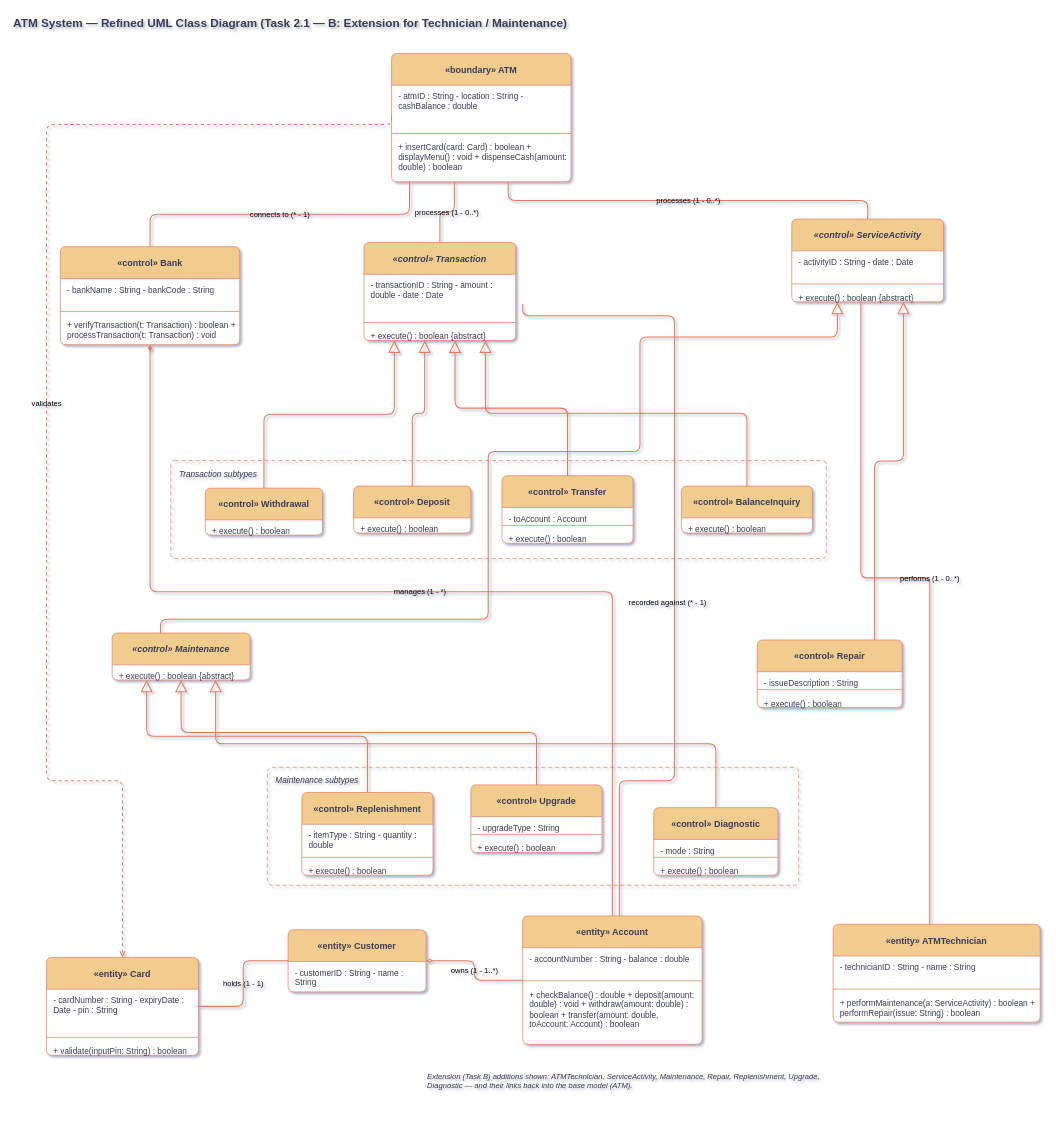
Earlier version of the draw.io diagram Refined UML Class Diagram -Task 2.1 — B.drawio (Moparapairayat/SE_ATM_UML_Diagram). Source tidied: cells renumbered, new cells numbered last; positions are measured from the earlier drawing's top-left corner, leaving out a move shared by most shapes. Both pictures are drawn from the tidied source at 69%, with x=0, y=0 at pixel (12, 12).
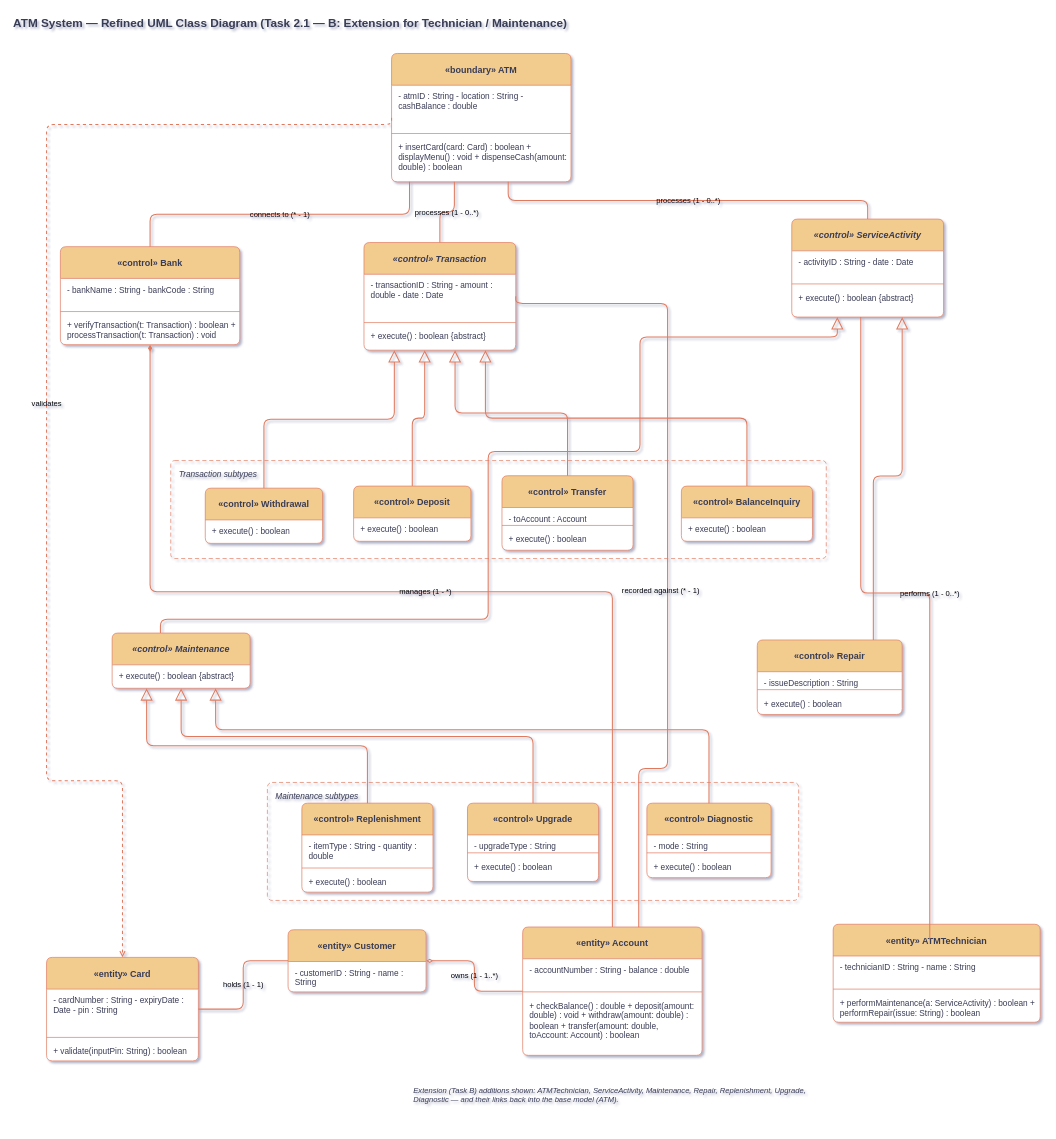
After the change.

What changed in the source:
```diff
@@
     <mxCell id="4" value="Maintenance subtypes" style="rounded=1;arcSize=4;dashed=1;dashPattern=6 4;fillColor=none;strokeColor=#E07A5F;verticalAlign=top;align=left;spacingLeft=10;spacingTop=6;fontStyle=2;fontSize=12;fontFamily=Helvetica;fontColor=#393C56;labelBackgroundColor=none;" parent="1" vertex="1">
-      <mxGeometry x="370" y="1094.5" width="770" height="171" as="geometry" />
+      <mxGeometry x="370" y="1116.5" width="770" height="171" as="geometry" />
     </mxCell>
@@
     <mxCell id="13" value="«control» Transaction" style="swimlane;fontStyle=1;align=center;verticalAlign=middle;horizontal=1;startSize=46;fontSize=13;fontFamily=Helvetica;rounded=1;arcSize=6;shadow=0;fillColor=#F2CC8F;strokeColor=#E07A5F;swimlaneFillColor=#FFFFFF;fontColor=#393C56;fontStyle=3;labelBackgroundColor=none;" parent="1" vertex="1">
-      <mxGeometry x="510" y="334" width="220" height="142" as="geometry" />
+      <mxGeometry x="510" y="334" width="220" height="156" as="geometry" />
     </mxCell>
@@
     <mxCell id="17" value="«control» Withdrawal" style="swimlane;fontStyle=1;align=center;verticalAlign=middle;horizontal=1;startSize=46;fontSize=13;fontFamily=Helvetica;rounded=1;arcSize=6;shadow=0;fillColor=#F2CC8F;strokeColor=#E07A5F;swimlaneFillColor=#FFFFFF;fontColor=#393C56;labelBackgroundColor=none;" parent="1" vertex="1">
-      <mxGeometry x="280" y="690" width="170" height="68" as="geometry" />
+      <mxGeometry x="280" y="690" width="170" height="80" as="geometry" />
     </mxCell>
@@
     <mxCell id="19" value="«control» Deposit" style="swimlane;fontStyle=1;align=center;verticalAlign=middle;horizontal=1;startSize=46;fontSize=13;fontFamily=Helvetica;rounded=1;arcSize=6;shadow=0;fillColor=#F2CC8F;strokeColor=#E07A5F;swimlaneFillColor=#FFFFFF;fontColor=#393C56;labelBackgroundColor=none;" parent="1" vertex="1">
-      <mxGeometry x="495" y="687" width="170" height="68" as="geometry" />
+      <mxGeometry x="495" y="687" width="170" height="80" as="geometry" />
     </mxCell>
@@
     <mxCell id="21" value="«control» Transfer" style="swimlane;fontStyle=1;align=center;verticalAlign=middle;horizontal=1;startSize=46;fontSize=13;fontFamily=Helvetica;rounded=1;arcSize=6;shadow=0;fillColor=#F2CC8F;strokeColor=#E07A5F;swimlaneFillColor=#FFFFFF;fontColor=#393C56;labelBackgroundColor=none;" parent="1" vertex="1">
-      <mxGeometry x="710" y="672" width="190" height="98" as="geometry" />
+      <mxGeometry x="710" y="672" width="190" height="108" as="geometry" />
     </mxCell>
@@
     <mxCell id="25" value="«control» BalanceInquiry" style="swimlane;fontStyle=1;align=center;verticalAlign=middle;horizontal=1;startSize=46;fontSize=13;fontFamily=Helvetica;rounded=1;arcSize=6;shadow=0;fillColor=#F2CC8F;strokeColor=#E07A5F;swimlaneFillColor=#FFFFFF;fontColor=#393C56;labelBackgroundColor=none;" parent="1" vertex="1">
-      <mxGeometry x="970" y="687" width="190" height="68" as="geometry" />
+      <mxGeometry x="970" y="687" width="190" height="80" as="geometry" />
     </mxCell>
@@
     <mxCell id="27" value="«control» ServiceActivity" style="swimlane;fontStyle=1;align=center;verticalAlign=middle;horizontal=1;startSize=46;fontSize=13;fontFamily=Helvetica;rounded=1;arcSize=6;shadow=0;fillColor=#F2CC8F;strokeColor=#E07A5F;swimlaneFillColor=#FFFFFF;fontColor=#393C56;fontStyle=3;labelBackgroundColor=none;" parent="1" vertex="1">
-      <mxGeometry x="1130" y="300" width="220" height="120" as="geometry" />
+      <mxGeometry x="1130" y="300" width="220" height="142" as="geometry" />
     </mxCell>
@@
     <mxCell id="31" value="«control» Maintenance" style="swimlane;fontStyle=1;align=center;verticalAlign=middle;horizontal=1;startSize=46;fontSize=13;fontFamily=Helvetica;rounded=1;arcSize=6;shadow=0;fillColor=#F2CC8F;strokeColor=#E07A5F;swimlaneFillColor=#FFFFFF;fontColor=#393C56;fontStyle=3;labelBackgroundColor=none;" parent="1" vertex="1">
-      <mxGeometry x="145" y="900" width="200" height="68" as="geometry" />
+      <mxGeometry x="145" y="900" width="200" height="80" as="geometry" />
     </mxCell>
@@
     <mxCell id="33" value="«control» Repair" style="swimlane;fontStyle=1;align=center;verticalAlign=middle;horizontal=1;startSize=46;fontSize=13;fontFamily=Helvetica;rounded=1;arcSize=6;shadow=0;fillColor=#F2CC8F;strokeColor=#E07A5F;swimlaneFillColor=#FFFFFF;fontColor=#393C56;labelBackgroundColor=none;" parent="1" vertex="1">
-      <mxGeometry x="1080" y="910" width="210" height="98" as="geometry" />
+      <mxGeometry x="1080" y="910" width="210" height="108" as="geometry" />
     </mxCell>
@@
     <mxCell id="37" value="«control» Replenishment" style="swimlane;fontStyle=1;align=center;verticalAlign=middle;horizontal=1;startSize=46;fontSize=13;fontFamily=Helvetica;rounded=1;arcSize=6;shadow=0;fillColor=#F2CC8F;strokeColor=#E07A5F;swimlaneFillColor=#FFFFFF;fontColor=#393C56;labelBackgroundColor=none;" parent="1" vertex="1">
-      <mxGeometry x="420" y="1131" width="190" height="120" as="geometry" />
+      <mxGeometry x="420" y="1146.5" width="190" height="129" as="geometry" />
     </mxCell>
@@
     <mxCell id="41" value="«control» Upgrade" style="swimlane;fontStyle=1;align=center;verticalAlign=middle;horizontal=1;startSize=46;fontSize=13;fontFamily=Helvetica;rounded=1;arcSize=6;shadow=0;fillColor=#F2CC8F;strokeColor=#E07A5F;swimlaneFillColor=#FFFFFF;fontColor=#393C56;labelBackgroundColor=none;" parent="1" vertex="1">
-      <mxGeometry x="665" y="1120" width="190" height="98" as="geometry" />
+      <mxGeometry x="660" y="1146.5" width="190" height="113.5" as="geometry" />
     </mxCell>
@@
     <mxCell id="44" value="+ execute() : boolean" style="text;align=left;verticalAlign=top;spacingLeft=8;spacingRight=4;spacingTop=3;overflow=hidden;whiteSpace=wrap;html=1;fontSize=12;fontFamily=Helvetica;fontColor=#393C56;labelBackgroundColor=none;rounded=1;" parent="41" vertex="1">
-      <mxGeometry y="76" width="190" height="22" as="geometry" />
+      <mxGeometry y="76" width="190" height="37.5" as="geometry" />
     </mxCell>
     <mxCell id="45" value="«control» Diagnostic" style="swimlane;fontStyle=1;align=center;verticalAlign=middle;horizontal=1;startSize=46;fontSize=13;fontFamily=Helvetica;rounded=1;arcSize=6;shadow=0;fillColor=#F2CC8F;strokeColor=#E07A5F;swimlaneFillColor=#FFFFFF;fontColor=#393C56;labelBackgroundColor=none;" parent="1" vertex="1">
-      <mxGeometry x="930" y="1153" width="180" height="98" as="geometry" />
+      <mxGeometry x="920" y="1146.5" width="180" height="108" as="geometry" />
     </mxCell>
@@
     <mxCell id="51" value="«entity» Card" style="swimlane;fontStyle=1;align=center;verticalAlign=middle;horizontal=1;startSize=46;fontSize=13;fontFamily=Helvetica;rounded=1;arcSize=6;shadow=0;fillColor=#F2CC8F;strokeColor=#E07A5F;swimlaneFillColor=#FFFFFF;fontColor=#393C56;labelBackgroundColor=none;" parent="1" vertex="1">
-      <mxGeometry x="50" y="1370" width="220" height="142" as="geometry" />
+      <mxGeometry x="50" y="1370" width="220" height="150" as="geometry" />
     </mxCell>
@@
     <mxCell id="55" value="«entity» Account" style="swimlane;fontStyle=1;align=center;verticalAlign=middle;horizontal=1;startSize=46;fontSize=13;fontFamily=Helvetica;rounded=1;arcSize=6;shadow=0;fillColor=#F2CC8F;strokeColor=#E07A5F;swimlaneFillColor=#FFFFFF;fontColor=#393C56;labelBackgroundColor=none;" parent="1" vertex="1">
-      <mxGeometry x="740" y="1310" width="260" height="186" as="geometry" />
+      <mxGeometry x="740" y="1326" width="260" height="186" as="geometry" />
     </mxCell>
@@
-    <mxCell id="66" value="recorded against  (* - 1)" style="endArrow=none;html=1;fontSize=11;fontFamily=Helvetica;strokeColor=#E07A5F;strokeWidth=1.5;edgeStyle=orthogonalEdgeStyle;rounded=1;labelBackgroundColor=none;fontColor=default;exitX=0.9;exitY=0.6;entryX=0.5;entryY=0;" parent="1" edge="1">
+    <mxCell id="66" value="recorded against  (* - 1)" style="endArrow=none;html=1;fontSize=11;fontFamily=Helvetica;strokeColor=#E07A5F;strokeWidth=1.5;edgeStyle=orthogonalEdgeStyle;rounded=1;labelBackgroundColor=none;fontColor=default;exitX=1;exitY=0.5;exitDx=0;exitDy=0;entryX=0.647;entryY=0.002;entryDx=0;entryDy=0;entryPerimeter=0;" parent="1" edge="1" source="13" target="55">
       <mxGeometry x="0.1" y="-10" relative="1" as="geometry">
-        <mxPoint x="740" y="422.8" as="sourcePoint" />
-        <mxPoint x="880" y="1310" as="targetPoint" />
         <Array as="points">
-          <mxPoint x="740" y="440" />
-          <mxPoint x="960" y="440" />
-          <mxPoint x="960" y="1114" />
-          <mxPoint x="880" y="1114" />
+          <mxPoint x="730" y="422.2" />
+          <mxPoint x="950" y="422.2" />
+          <mxPoint x="950" y="1096.2" />
+          <mxPoint x="908.2" y="1096.2" />
         </Array>
       </mxGeometry>
     </mxCell>
@@
     <mxCell id="75" value="performs  (1 - 0..*)" style="endArrow=none;html=1;fontSize=11;fontFamily=Helvetica;strokeColor=#E07A5F;strokeWidth=1.5;edgeStyle=orthogonalEdgeStyle;rounded=1;labelBackgroundColor=none;fontColor=default;exitX=0.5;exitY=0;entryX=0.5;entryY=1;" parent="1" edge="1">
       <mxGeometry relative="1" as="geometry">
-        <mxPoint x="1330" y="1322" as="sourcePoint" />
-        <mxPoint x="1230" y="420" as="targetPoint" />
+        <mxPoint x="1330" y="1344" as="sourcePoint" />
+        <mxPoint x="1230" y="442" as="targetPoint" />
         <Array as="points">
-          <mxPoint x="1330" y="820" />
-          <mxPoint x="1230" y="820" />
+          <mxPoint x="1330" y="842" />
+          <mxPoint x="1230" y="842" />
         </Array>
       </mxGeometry>
     </mxCell>
@@
-    <mxCell id="77" style="endArrow=block;endFill=0;endSize=14;html=1;fontSize=11;fontFamily=Helvetica;strokeColor=#E07A5F;strokeWidth=1.5;edgeStyle=orthogonalEdgeStyle;rounded=1;labelBackgroundColor=none;fontColor=default;exitX=0.65;exitY=0;" parent="1" edge="1">
+    <mxCell id="77" style="endArrow=block;endFill=0;endSize=14;html=1;fontSize=11;fontFamily=Helvetica;strokeColor=#E07A5F;strokeWidth=1.5;edgeStyle=orthogonalEdgeStyle;rounded=1;labelBackgroundColor=none;fontColor=default;" parent="1" edge="1">
       <mxGeometry relative="1" as="geometry">
-        <mxPoint x="1250" y="910" as="sourcePoint" />
-        <mxPoint x="1291.8" y="420" as="targetPoint" />
+        <mxPoint x="1248.2" y="910" as="sourcePoint" />
+        <mxPoint x="1290" y="442" as="targetPoint" />
         <Array as="points">
-          <mxPoint x="1250" y="650.5" />
-          <mxPoint x="1291.8" y="650.5" />
+          <mxPoint x="1248.2" y="672.5" />
+          <mxPoint x="1290" y="672.5" />
         </Array>
       </mxGeometry>
     </mxCell>
@@
     <mxCell id="79" style="endArrow=block;endFill=0;endSize=14;html=1;fontSize=11;fontFamily=Helvetica;strokeColor=#E07A5F;strokeWidth=1.5;edgeStyle=orthogonalEdgeStyle;rounded=1;labelBackgroundColor=none;fontColor=default;exitX=0.5;exitY=0;entryX=0.5;entryY=1;" parent="1" edge="1" source="41" target="31">
-      <mxGeometry relative="1" as="geometry" />
+      <mxGeometry relative="1" as="geometry">
+        <Array as="points">
+          <mxPoint x="755" y="1050" />
+          <mxPoint x="245" y="1050" />
+        </Array>
+      </mxGeometry>
     </mxCell>
     <mxCell id="80" style="endArrow=block;endFill=0;endSize=14;html=1;fontSize=11;fontFamily=Helvetica;strokeColor=#E07A5F;strokeWidth=1.5;edgeStyle=orthogonalEdgeStyle;rounded=1;labelBackgroundColor=none;fontColor=default;exitX=0.5;exitY=0;entryX=0.75;entryY=1;" parent="1" edge="1" source="45" target="31">
-      <mxGeometry relative="1" as="geometry" />
+      <mxGeometry relative="1" as="geometry">
+        <Array as="points">
+          <mxPoint x="1010" y="1040" />
+          <mxPoint x="295" y="1040" />
+        </Array>
+      </mxGeometry>
     </mxCell>
     <mxCell id="81" value="Extension (Task B) additions shown: ATMTechnician, ServiceActivity, Maintenance, Repair, Replenishment, Upgrade, Diagnostic — and their links back into the base model (ATM)." style="text;align=left;verticalAlign=top;fontSize=11;fontStyle=2;fontFamily=Helvetica;fontColor=#393C56;whiteSpace=wrap;labelBackgroundColor=none;rounded=1;" parent="1" vertex="1">
-      <mxGeometry x="600" y="1530" width="600" height="60" as="geometry" />
+      <mxGeometry x="580" y="1550" width="600" height="60" as="geometry" />
     </mxCell>
```
